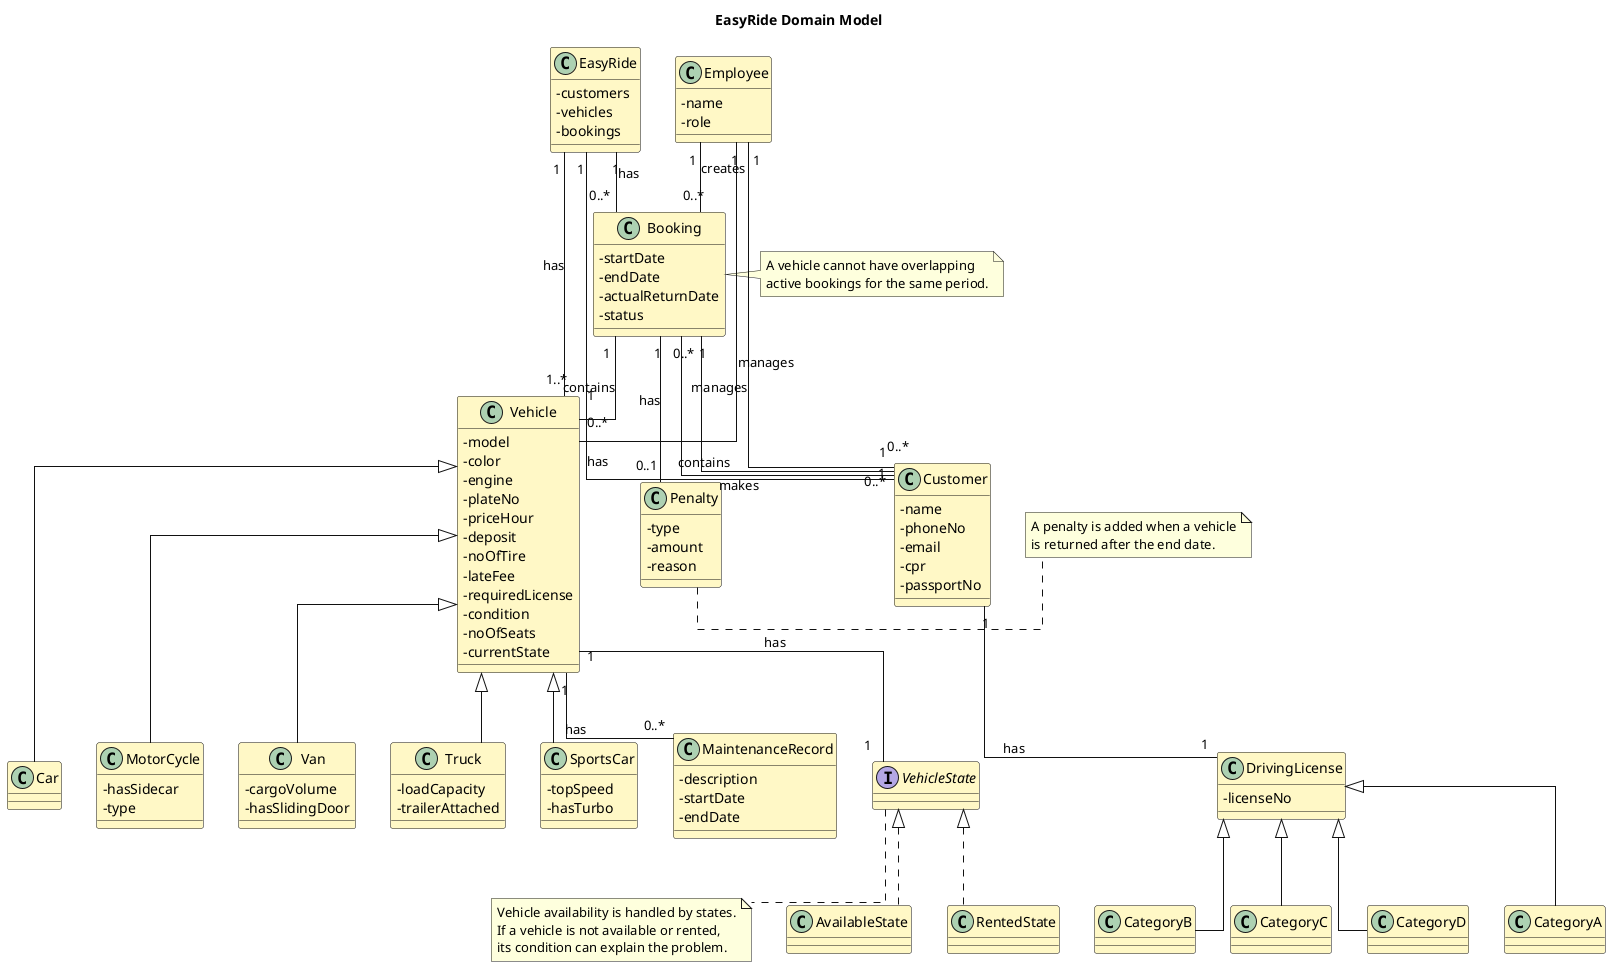
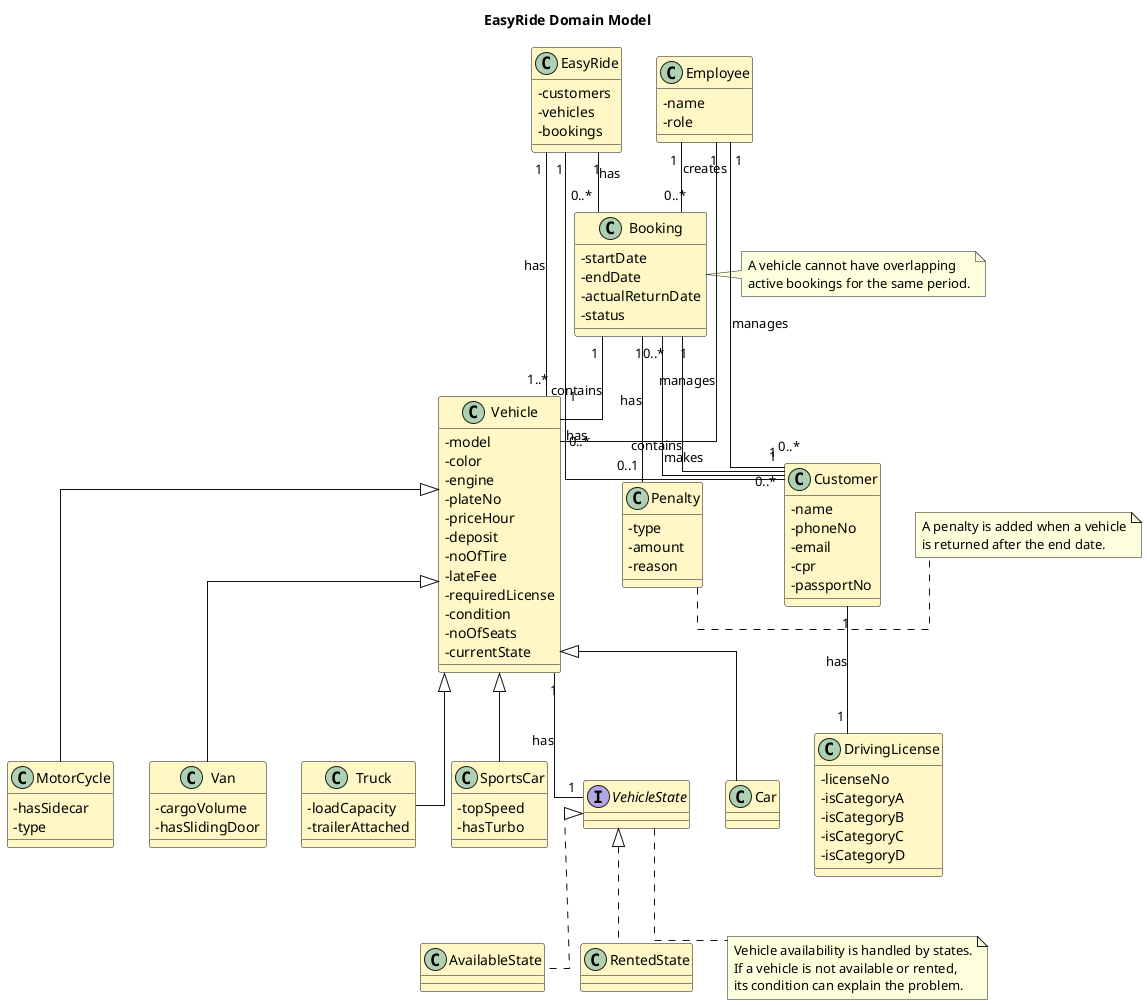
@startuml EasyRide_Domain_Model

title EasyRide Domain Model

skinparam classAttributeIconSize 0
skinparam shadowing false
skinparam linetype ortho
skinparam class {
  BackgroundColor #FFF8C6
  BorderColor #111111
  ArrowColor #111111
}

class EasyRide {
  - customers
  - vehicles
  - bookings
}

class Employee {
  - name
  - role
}

class Customer {
  - name
  - phoneNo
  - email
  - cpr
  - passportNo
}

class DrivingLicense {
  - licenseNo
+   - isCategoryA
+   - isCategoryB
+   - isCategoryC
+   - isCategoryD
}
- 
- class CategoryA
- class CategoryB
- class CategoryC
- class CategoryD

class Booking {
  - startDate
  - endDate
  - actualReturnDate
  - status
}

class Vehicle {
  - model
  - color
  - engine
  - plateNo
  - priceHour
  - deposit
  - noOfTire
  - lateFee
  - requiredLicense
  - condition
  - noOfSeats
  - currentState
- }
- 
- class MaintenanceRecord {
-   - description
-   - startDate
-   - endDate
}

class Penalty {
  - type
  - amount
  - reason
}

interface VehicleState

class AvailableState
class RentedState

class Car
class MotorCycle {
  - hasSidecar
  - type
}

class Van {
  - cargoVolume
  - hasSlidingDoor
}

class Truck {
  - loadCapacity
  - trailerAttached
}

class SportsCar {
  - topSpeed
  - hasTurbo
}

EasyRide "1" -- "0..*" Customer : has
EasyRide "1" -- "1..*" Vehicle : has
EasyRide "1" -- "0..*" Booking : has

Employee "1" -- "0..*" Customer : manages
Employee "1" -- "0..*" Vehicle : manages
Employee "1" -- "0..*" Booking : creates

Customer "1" -- "0..*" Booking : makes
Customer "1" -- "1" DrivingLicense : has

Booking "1" -- "1" Customer : contains
Booking "1" -- "1" Vehicle : contains
Booking "1" -- "0..1" Penalty : has

- Vehicle "1" -- "0..*" MaintenanceRecord : has
Vehicle "1" -- "1" VehicleState : has
- 
- DrivingLicense <|-- CategoryA
- DrivingLicense <|-- CategoryB
- DrivingLicense <|-- CategoryC
- DrivingLicense <|-- CategoryD

VehicleState <|.. AvailableState
VehicleState <|.. RentedState

Vehicle <|-- Car
Vehicle <|-- MotorCycle
Vehicle <|-- Van
Vehicle <|-- Truck
Vehicle <|-- SportsCar

note right of Booking
  A vehicle cannot have overlapping
  active bookings for the same period.
end note

note bottom of VehicleState
  Vehicle availability is handled by states.
  If a vehicle is not available or rented,
  its condition can explain the problem.
end note

note right of Penalty
  A penalty is added when a vehicle
  is returned after the end date.
end note

@enduml
